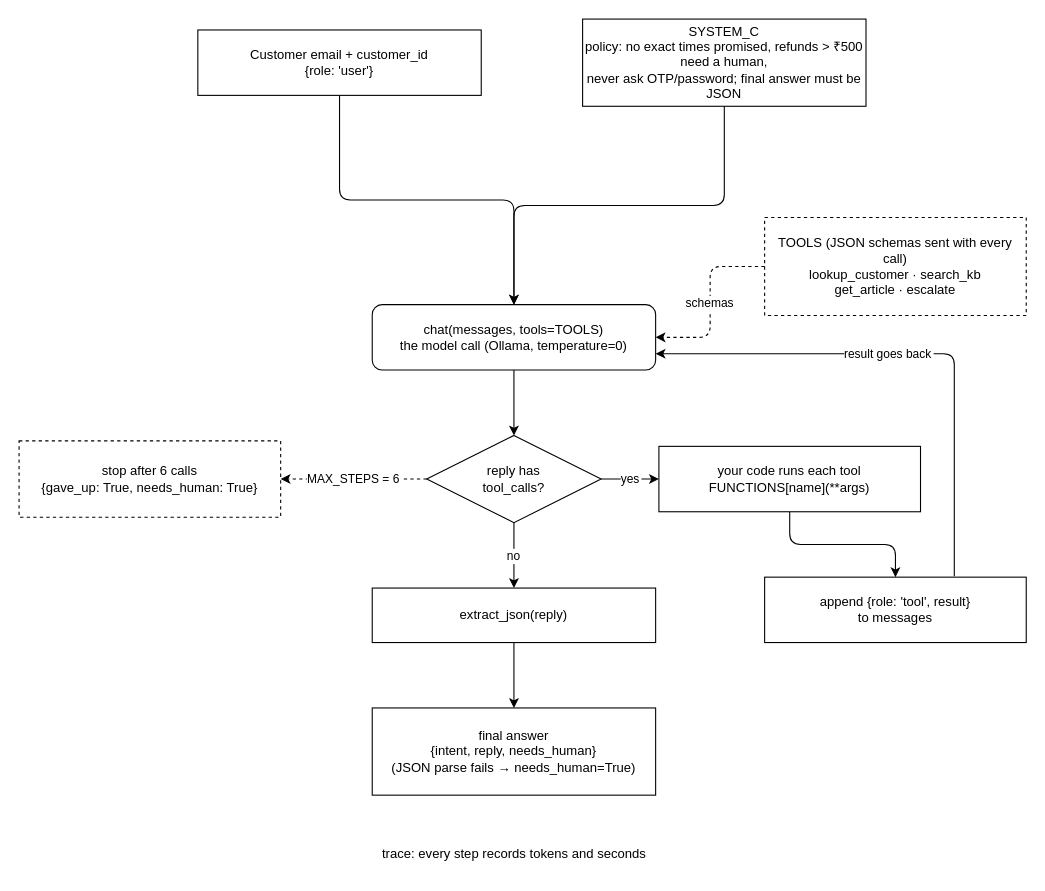
Above: fde-first-principles/1-measure-before-you-believe/08-agent-loop-from-scratch/agent-loop.drawio in raj-champaneriya-ibm/continuous-learning (draw.io), before the change. Source tidied: cells renumbered, new cells numbered last; positions are measured from the earlier drawing's top-left corner, leaving out a move shared by most shapes. Both pictures are drawn from the tidied source at 109%, with x=0, y=0 at pixel (19, 19).
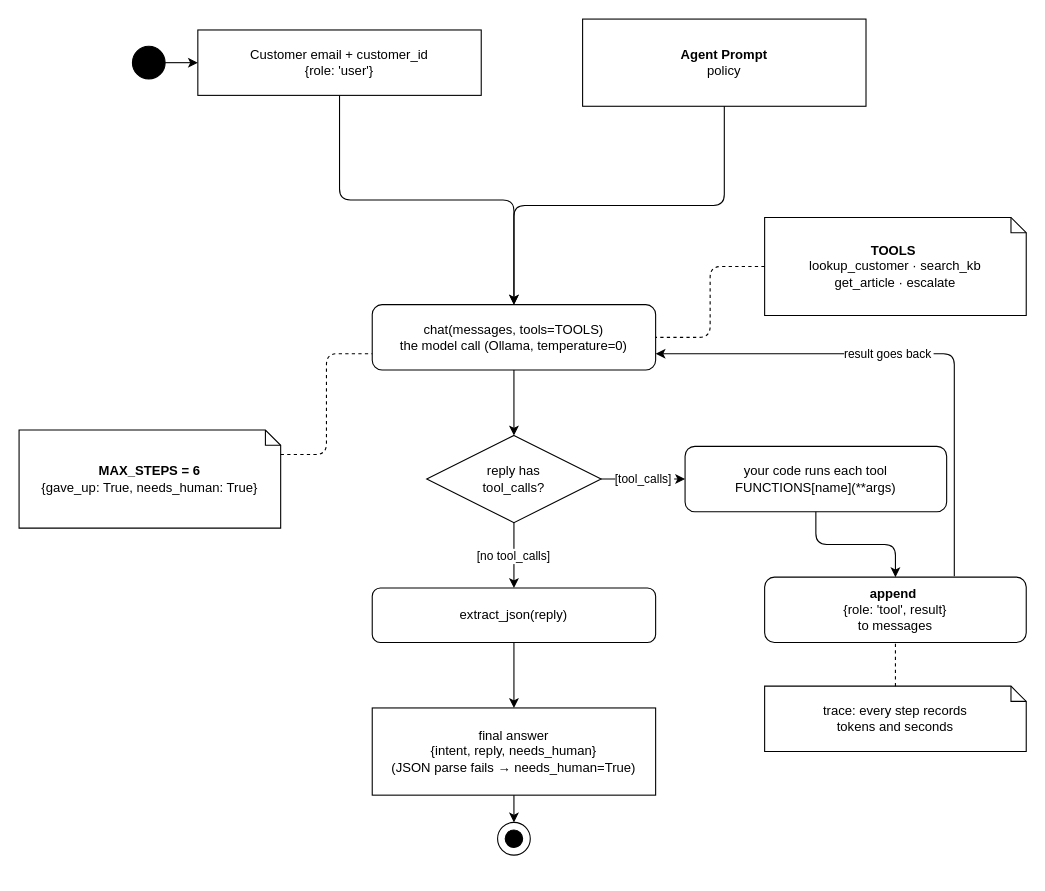
After the change.

Commit message:
learn: update agent loop diagram with improved structure and additional elements

The change refers to these unchanged cells:
```xml
<mxCell id="2" value="Customer email + customer_id&#10;{role: 'user'}" style="rounded=0;whiteSpace=wrap;html=1;fillColor=#ffffff;strokeColor=#000000;fontColor=#000000;" parent="1" vertex="1">
  <mxGeometry x="164" y="10" width="260" height="60" as="geometry" />
</mxCell>
<mxCell id="4" value="chat(messages, tools=TOOLS)&#10;the model call (Ollama, temperature=0)" style="rounded=1;whiteSpace=wrap;html=1;fillColor=#ffffff;strokeColor=#000000;fontColor=#000000;" parent="1" vertex="1">
  <mxGeometry x="324" y="262" width="260" height="60" as="geometry" />
</mxCell>
<mxCell id="5" value="reply has&#10;tool_calls?" style="rhombus;whiteSpace=wrap;html=1;fillColor=#ffffff;strokeColor=#000000;fontColor=#000000;" parent="1" vertex="1">
  <mxGeometry x="374" y="382" width="160" height="80" as="geometry" />
</mxCell>
<mxCell id="9" value="final answer&#10;{intent, reply, needs_human}&#10;(JSON parse fails → needs_human=True)" style="rounded=0;whiteSpace=wrap;html=1;fillColor=#ffffff;strokeColor=#000000;fontColor=#000000;" parent="1" vertex="1">
  <mxGeometry x="324" y="632" width="260" height="80" as="geometry" />
</mxCell>
```

What changed in the source:
```diff
@@
+    <mxCell id="23" style="ellipse;html=1;fillColor=#000000;strokeColor=#000000;" parent="1" vertex="1">
+      <mxGeometry x="104" y="25" width="30" height="30" as="geometry" />
+    </mxCell>
@@
-    <mxCell id="3" value="SYSTEM_C&#10;policy: no exact times promised, refunds &gt; ₹500 need a human,&#10;never ask OTP/password; final answer must be JSON" style="rounded=0;whiteSpace=wrap;html=1;fillColor=#ffffff;strokeColor=#000000;fontColor=#000000;" parent="1" vertex="1">
+    <mxCell id="3" value="&lt;b&gt;Agent Prompt&lt;/b&gt;&lt;br&gt;policy" style="rounded=0;whiteSpace=wrap;html=1;fillColor=#ffffff;strokeColor=#000000;fontColor=#000000;" parent="1" vertex="1">
       <mxGeometry x="517" width="260" height="80" as="geometry" />
     </mxCell>
@@
-    <mxCell id="6" value="your code runs each tool&#10;FUNCTIONS[name](**args)" style="rounded=0;whiteSpace=wrap;html=1;fillColor=#ffffff;strokeColor=#000000;fontColor=#000000;" parent="1" vertex="1">
-      <mxGeometry x="587" y="392" width="240" height="60" as="geometry" />
+    <mxCell id="6" value="your code runs each tool&#10;FUNCTIONS[name](**args)" style="rounded=1;whiteSpace=wrap;html=1;fillColor=#ffffff;strokeColor=#000000;fontColor=#000000;" parent="1" vertex="1">
+      <mxGeometry x="611" y="392" width="240" height="60" as="geometry" />
     </mxCell>
-    <mxCell id="7" value="append {role: 'tool', result}&#10;to messages" style="rounded=0;whiteSpace=wrap;html=1;fillColor=#ffffff;strokeColor=#000000;fontColor=#000000;" parent="1" vertex="1">
+    <mxCell id="7" value="&lt;b&gt;append&lt;/b&gt;&amp;nbsp;&lt;div&gt;{role: 'tool', result}&lt;br&gt;to messages&lt;/div&gt;" style="rounded=1;whiteSpace=wrap;html=1;fillColor=#ffffff;strokeColor=#000000;fontColor=#000000;" parent="1" vertex="1">
       <mxGeometry x="684" y="512" width="240" height="60" as="geometry" />
     </mxCell>
-    <mxCell id="8" value="extract_json(reply)" style="rounded=0;whiteSpace=wrap;html=1;fillColor=#ffffff;strokeColor=#000000;fontColor=#000000;" parent="1" vertex="1">
+    <mxCell id="8" value="extract_json(reply)" style="rounded=1;whiteSpace=wrap;html=1;fillColor=#ffffff;strokeColor=#000000;fontColor=#000000;" parent="1" vertex="1">
       <mxGeometry x="324" y="522" width="260" height="50" as="geometry" />
     </mxCell>
@@
+    <mxCell id="24" style="ellipse;html=1;fillColor=#ffffff;strokeColor=#000000;" parent="1" vertex="1">
+      <mxGeometry x="439" y="737" width="30" height="30" as="geometry" />
+    </mxCell>
+    <mxCell id="25" style="ellipse;html=1;fillColor=#000000;strokeColor=#000000;" parent="1" vertex="1">
+      <mxGeometry x="446" y="744" width="16" height="16" as="geometry" />
+    </mxCell>
-    <mxCell id="10" value="stop after 6 calls&#10;{gave_up: True, needs_human: True}" style="rounded=0;whiteSpace=wrap;html=1;fillColor=#ffffff;strokeColor=#000000;fontColor=#000000;dashed=1;" parent="1" vertex="1">
-      <mxGeometry y="387" width="240" height="70" as="geometry" />
+    <mxCell id="10" value="&lt;b&gt;MAX_STEPS = 6&lt;/b&gt;&lt;br&gt;{gave_up: True, needs_human: True}" style="shape=note;whiteSpace=wrap;html=1;fillColor=#ffffff;strokeColor=#000000;fontColor=#000000;size=14;" parent="1" vertex="1">
+      <mxGeometry y="377" width="240" height="90" as="geometry" />
     </mxCell>
-    <mxCell id="11" value="TOOLS (JSON schemas sent with every call)&#10;lookup_customer · search_kb&#10;get_article · escalate" style="rounded=0;whiteSpace=wrap;html=1;fillColor=#ffffff;strokeColor=#000000;fontColor=#000000;dashed=1;" parent="1" vertex="1">
+    <mxCell id="11" value="&lt;b&gt;TOOLS&lt;/b&gt;&amp;nbsp;&lt;br&gt;lookup_customer · search_kb&lt;br&gt;get_article · escalate" style="shape=note;whiteSpace=wrap;html=1;fillColor=#ffffff;strokeColor=#000000;fontColor=#000000;size=14;" parent="1" vertex="1">
       <mxGeometry x="684" y="182" width="240" height="90" as="geometry" />
     </mxCell>
+    <mxCell id="22" value="trace: every step records&#10;tokens and seconds" style="shape=note;whiteSpace=wrap;html=1;fillColor=#ffffff;strokeColor=#000000;fontColor=#000000;size=14;" parent="1" vertex="1">
+      <mxGeometry x="684" y="612" width="240" height="60" as="geometry" />
+    </mxCell>
+    <mxCell id="26" style="edgeStyle=orthogonalEdgeStyle;strokeColor=#000000;" parent="1" edge="1" source="23" target="2">
+      <mxGeometry relative="1" as="geometry" />
+    </mxCell>
@@
-    <mxCell id="15" value="yes" style="edgeStyle=orthogonalEdgeStyle;strokeColor=#000000;fontColor=#000000;" parent="1" edge="1" source="5" target="6">
+    <mxCell id="15" value="[tool_calls]" style="edgeStyle=orthogonalEdgeStyle;strokeColor=#000000;fontColor=#000000;" parent="1" edge="1" source="5" target="6">
       <mxGeometry relative="1" as="geometry" />
     </mxCell>
@@
-    <mxCell id="18" value="no" style="edgeStyle=orthogonalEdgeStyle;strokeColor=#000000;fontColor=#000000;" parent="1" edge="1" source="5" target="8">
+    <mxCell id="18" value="[no tool_calls]" style="edgeStyle=orthogonalEdgeStyle;strokeColor=#000000;fontColor=#000000;" parent="1" edge="1" source="5" target="8">
       <mxGeometry relative="1" as="geometry" />
     </mxCell>
@@
+    <mxCell id="27" style="edgeStyle=orthogonalEdgeStyle;strokeColor=#000000;" parent="1" edge="1" source="9" target="24">
+      <mxGeometry relative="1" as="geometry" />
+    </mxCell>
-    <mxCell id="20" value="MAX_STEPS = 6" style="edgeStyle=orthogonalEdgeStyle;strokeColor=#000000;fontColor=#000000;dashed=1;exitX=0;exitY=0.5;entryX=1;entryY=0.5;entryDx=0;entryDy=0;" parent="1" edge="1" source="5" target="10">
+    <mxCell id="20" style="edgeStyle=orthogonalEdgeStyle;strokeColor=#000000;dashed=1;endArrow=none;exitX=1;exitY=0.25;entryX=0;entryY=0.75;" parent="1" edge="1" source="10" target="4">
       <mxGeometry relative="1" as="geometry" />
     </mxCell>
-    <mxCell id="21" value="schemas" style="edgeStyle=orthogonalEdgeStyle;strokeColor=#000000;fontColor=#000000;dashed=1;exitX=0;exitY=0.5;entryX=1;entryY=0.5;" parent="1" edge="1" source="11" target="4">
+    <mxCell id="21" style="edgeStyle=orthogonalEdgeStyle;strokeColor=#000000;dashed=1;endArrow=none;exitX=0;exitY=0.5;entryX=1;entryY=0.5;" parent="1" edge="1" source="11" target="4">
       <mxGeometry relative="1" as="geometry" />
     </mxCell>
-    <mxCell id="22" value="trace: every step records tokens and seconds" style="text;html=1;align=center;fontColor=#000000;" parent="1" vertex="1">
-      <mxGeometry x="324" y="752" width="260" height="30" as="geometry" />
-    </mxCell>
+    <mxCell id="28" style="edgeStyle=orthogonalEdgeStyle;strokeColor=#000000;dashed=1;endArrow=none;exitX=0.5;exitY=0;entryX=0.5;entryY=1;exitDx=0;exitDy=0;exitPerimeter=0;entryDx=0;entryDy=0;" parent="1" edge="1" source="22" target="7">
+      <mxGeometry x="-0.73" relative="1" as="geometry" />
+    </mxCell>
```
